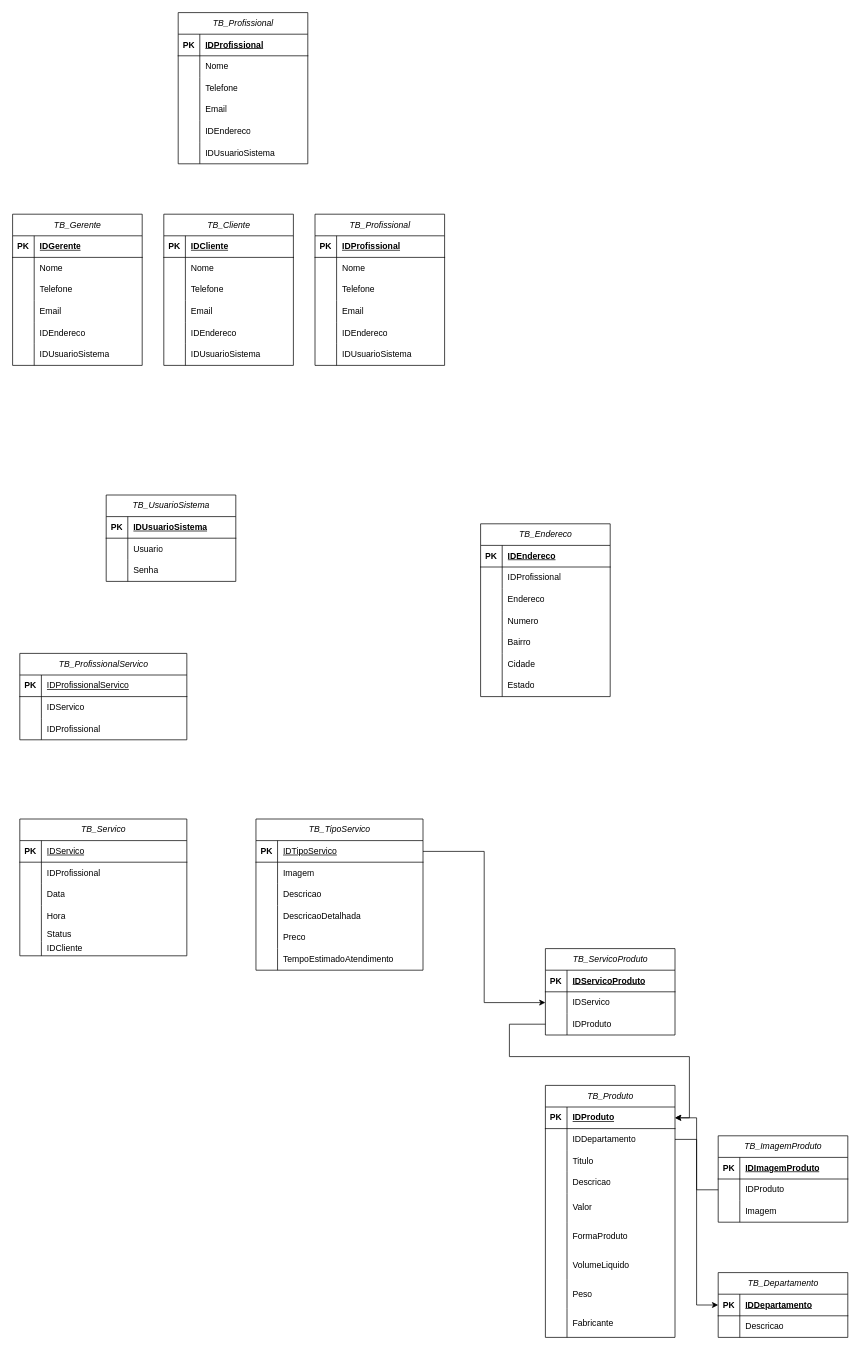
mpgwave/app-sobrancelhas keeps this draw.io diagram as Diagrama_App_Sobrancelha.drawio. Above is the earlier version. Source tidied: cells renumbered, new cells numbered last; positions are measured from the earlier drawing's top-left corner, leaving out a move shared by most shapes. Both pictures are drawn from the tidied source at 72%, with x=0, y=0 at pixel (12, 12).
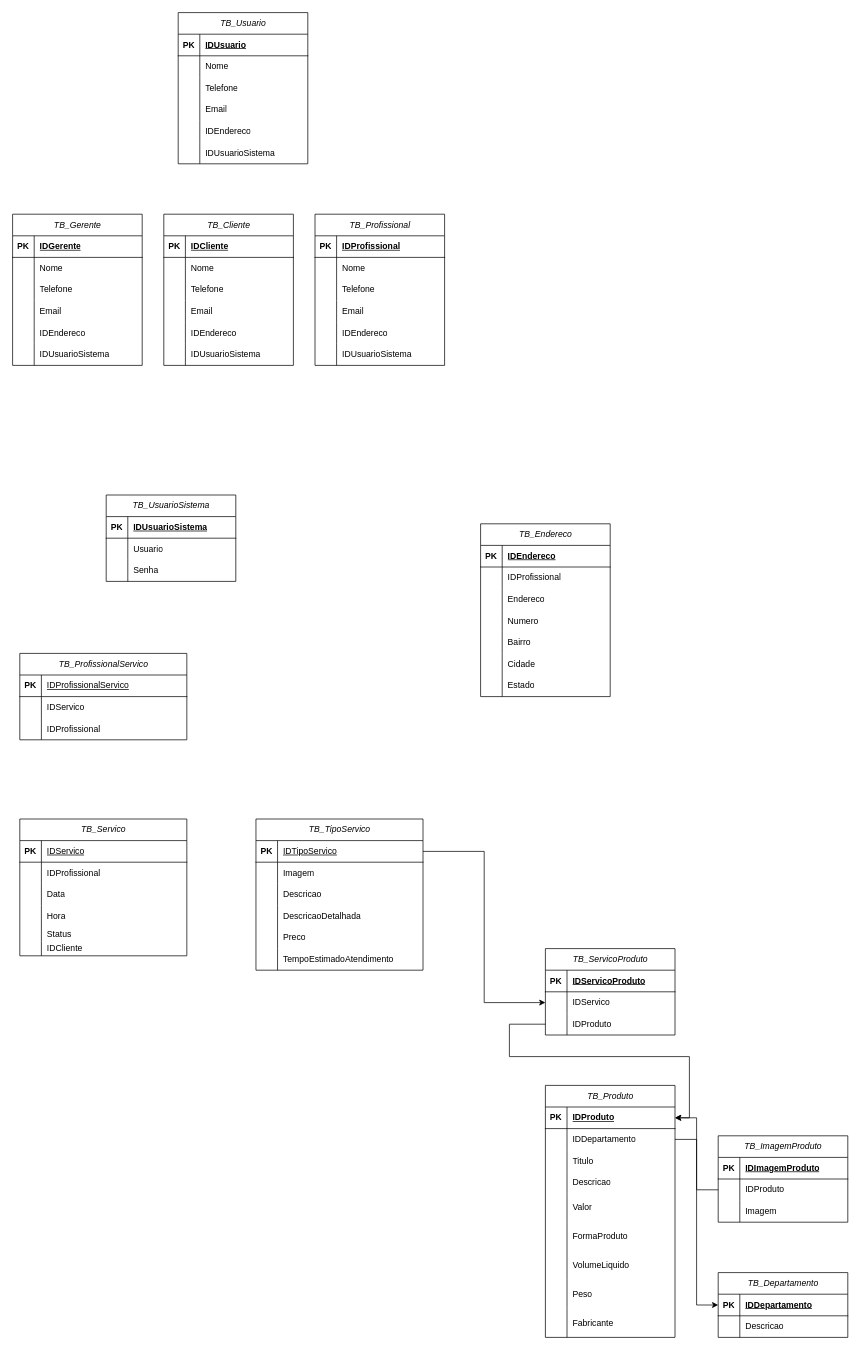
Above is the later version.

Unchanged cells that the change refers to:
```xml
<mxCell id="199" style="shape=tableRow;horizontal=0;startSize=0;swimlaneHead=0;swimlaneBody=0;fillColor=none;top=0;left=0;right=0;bottom=1;" parent="198" vertex="1">
  <mxGeometry y="30" width="180" height="30" as="geometry" />
</mxCell>
```

Diff of the diagram source:
```diff
@@
-    <mxCell id="198" value="&lt;span style=&quot;font-style: italic; font-weight: 400;&quot;&gt;TB_Profissional&lt;/span&gt;" style="shape=table;startSize=30;childLayout=tableLayout;rowLines=0;fontStyle=1;align=center;html=1;" parent="1" vertex="1">
+    <mxCell id="198" value="&lt;span style=&quot;font-style: italic; font-weight: 400;&quot;&gt;TB_Usuario&lt;/span&gt;" style="shape=table;startSize=30;childLayout=tableLayout;rowLines=0;fontStyle=1;align=center;html=1;" parent="1" vertex="1">
       <mxGeometry x="230" width="180" height="210" as="geometry" />
     </mxCell>
@@
-    <mxCell id="201" value="IDProfissional" style="shape=partialRectangle;fillColor=none;top=0;left=0;bottom=0;right=0;align=left;spacingLeft=6;fontStyle=5;overflow=hidden;whiteSpace=wrap;html=1;" parent="199" vertex="1">
+    <mxCell id="201" value="IDUsuario" style="shape=partialRectangle;fillColor=none;top=0;left=0;bottom=0;right=0;align=left;spacingLeft=6;fontStyle=5;overflow=hidden;whiteSpace=wrap;html=1;" parent="199" vertex="1">
       <mxGeometry x="30" width="150" height="30" as="geometry" />
     </mxCell>
```
